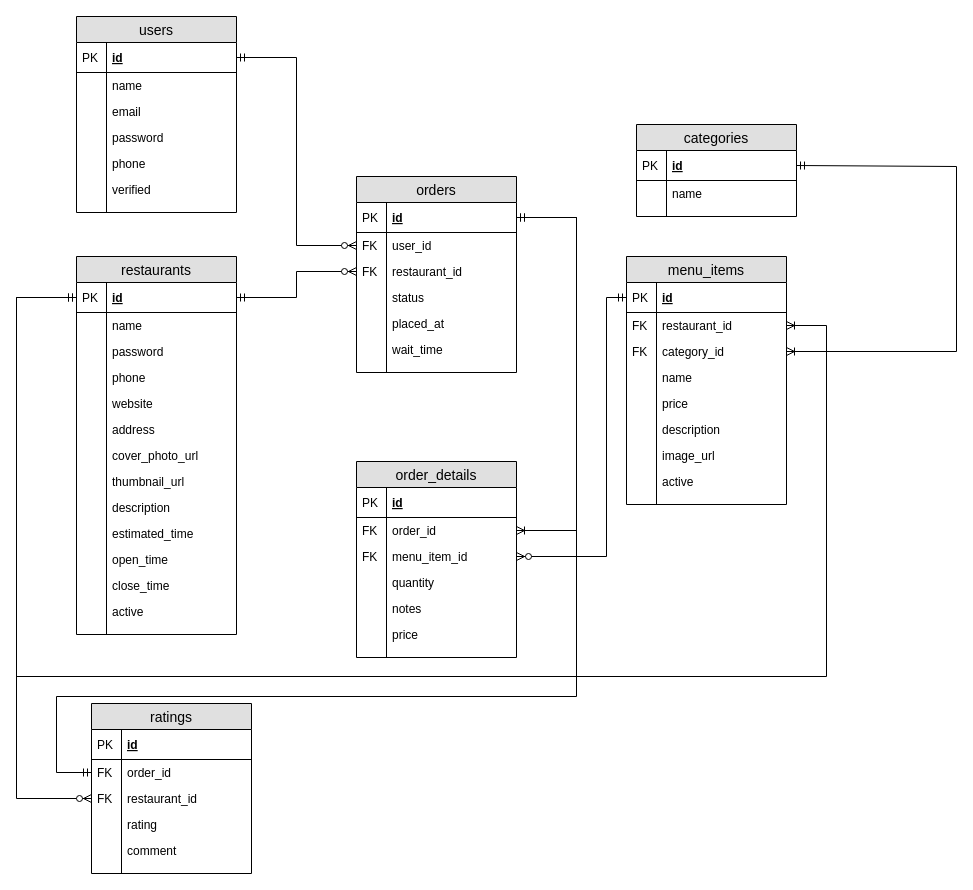
Above: additional_resources/erd.drawio in mrchenliang/project_takeout (draw.io), before the change. Source tidied: cells renumbered, new cells numbered last; positions are measured from the earlier drawing's top-left corner, leaving out a move shared by most shapes. Both pictures are drawn from the tidied source at 100%, with x=0, y=0 at pixel (16, 16).
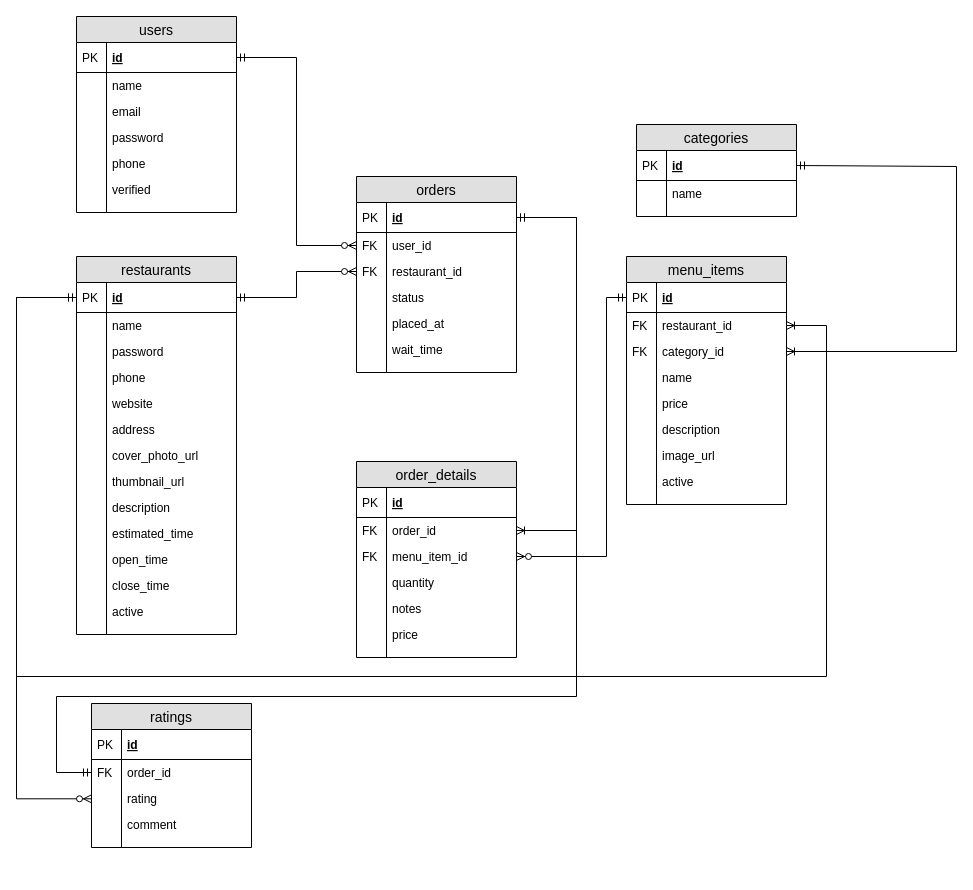
Above is the later version.

Commit message:
Update erd.drawio, remove restaurant_id FK from ratings table

The change refers to these unchanged cells:
```xml
<mxCell id="18" value="id" style="shape=partialRectangle;top=0;left=0;right=0;bottom=1;align=left;verticalAlign=middle;fillColor=none;spacingLeft=34;spacingRight=4;overflow=hidden;points=[[0,0.5],[1,0.5]];portConstraint=eastwest;fontStyle=5;fontSize=12;" parent="17" vertex="1">
  <mxGeometry y="26" width="160" height="30" as="geometry" />
</mxCell>
```

Change to the diagram source:
```diff
@@
     <mxCell id="108" value="ratings" style="swimlane;fontStyle=0;horizontal=1;startSize=26;fillColor=#e0e0e0;swimlaneFillColor=#ffffff;align=center;fontSize=14;" parent="1" vertex="1">
-      <mxGeometry x="75" y="687" width="160" height="170" as="geometry" />
+      <mxGeometry x="75" y="687" width="160" height="144" as="geometry" />
     </mxCell>
@@
-    <mxCell id="113" value="restaurant_id" style="shape=partialRectangle;top=0;left=0;right=0;bottom=0;align=left;verticalAlign=top;fillColor=none;spacingLeft=34;spacingRight=4;overflow=hidden;points=[[0,0.5],[1,0.5]];portConstraint=eastwest;fontSize=12;" parent="108" vertex="1">
-      <mxGeometry y="82" width="160" height="26" as="geometry" />
-    </mxCell>
-    <mxCell id="114" value="FK" style="shape=partialRectangle;top=0;left=0;bottom=0;fillColor=none;align=left;verticalAlign=top;spacingLeft=4;spacingRight=4;overflow=hidden;fontSize=12;" parent="113" vertex="1">
-      <mxGeometry width="30" height="26" as="geometry" />
-    </mxCell>
     <mxCell id="115" value="rating" style="shape=partialRectangle;top=0;left=0;right=0;bottom=0;align=left;verticalAlign=top;fillColor=none;spacingLeft=34;spacingRight=4;overflow=hidden;fontSize=12;" parent="108" vertex="1">
-      <mxGeometry y="108" width="160" height="26" as="geometry" />
+      <mxGeometry y="82" width="160" height="26" as="geometry" />
     </mxCell>
@@
     <mxCell id="117" value="comment" style="shape=partialRectangle;top=0;left=0;right=0;bottom=0;align=left;verticalAlign=top;fillColor=none;spacingLeft=34;spacingRight=4;overflow=hidden;fontSize=12;" parent="108" vertex="1">
-      <mxGeometry y="134" width="160" height="26" as="geometry" />
+      <mxGeometry y="108" width="160" height="26" as="geometry" />
     </mxCell>
@@
     <mxCell id="119" style="shape=partialRectangle;top=0;left=0;right=0;bottom=0;align=left;verticalAlign=top;fillColor=none;spacingLeft=34;spacingRight=4;overflow=hidden;fontSize=12;" parent="108" vertex="1">
-      <mxGeometry y="160" width="160" height="10" as="geometry" />
+      <mxGeometry y="134" width="160" height="10" as="geometry" />
     </mxCell>
@@
-    <mxCell id="121" style="edgeStyle=orthogonalEdgeStyle;rounded=0;jettySize=auto;html=1;exitX=0;exitY=0.5;exitDx=0;exitDy=0;entryX=0;entryY=0.5;entryDx=0;entryDy=0;startArrow=ERmandOne;startFill=0;endArrow=ERzeroToMany;endFill=1;" parent="1" edge="1" source="18" target="113">
+    <mxCell id="121" style="edgeStyle=orthogonalEdgeStyle;rounded=0;jettySize=auto;html=1;exitX=0;exitY=0.5;exitDx=0;exitDy=0;entryX=0;entryY=0.5;entryDx=0;entryDy=0;startArrow=ERmandOne;startFill=0;endArrow=ERzeroToMany;endFill=1;" parent="1" edge="1" source="18">
       <mxGeometry relative="1" as="geometry">
+        <mxPoint x="75" y="782.3" as="targetPoint" />
         <Array as="points">
           <mxPoint y="281" />
           <mxPoint y="782" />
         </Array>
       </mxGeometry>
     </mxCell>
```
